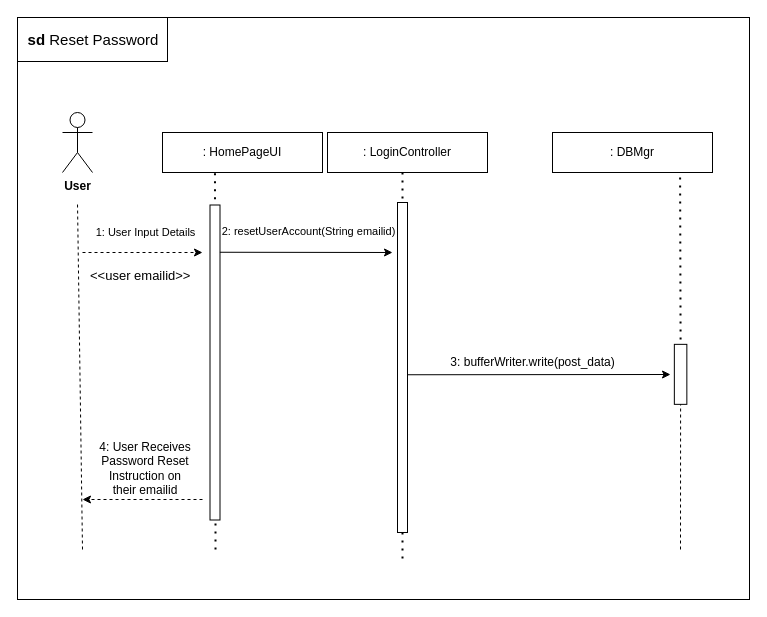
Above: ResetPassword.drawio in AvinashMahala/SE1_Project (draw.io), before the change. Source tidied: cells renumbered, new cells numbered last; positions are measured from the earlier drawing's top-left corner, leaving out a move shared by most shapes. Both pictures are drawn from the tidied source at 100%, with x=0, y=0 at pixel (17, 17).
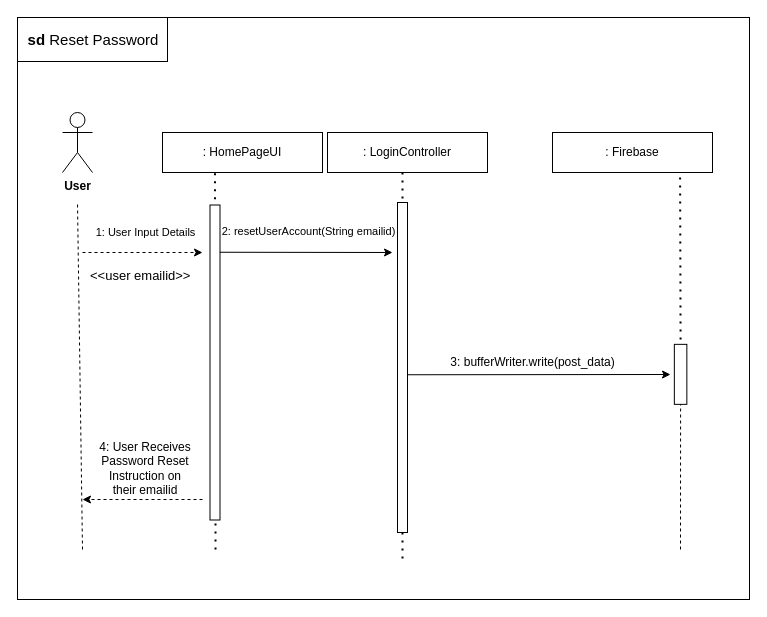
The same page after the edit.

The edit, as a diff of the source:
```diff
@@
-    <mxCell id="7" value=": DBMgr" style="rounded=0;whiteSpace=wrap;html=1;" parent="1" vertex="1">
+    <mxCell id="7" value=": Firebase" style="rounded=0;whiteSpace=wrap;html=1;" parent="1" vertex="1">
       <mxGeometry x="535" y="115" width="160" height="40" as="geometry" />
     </mxCell>
```
